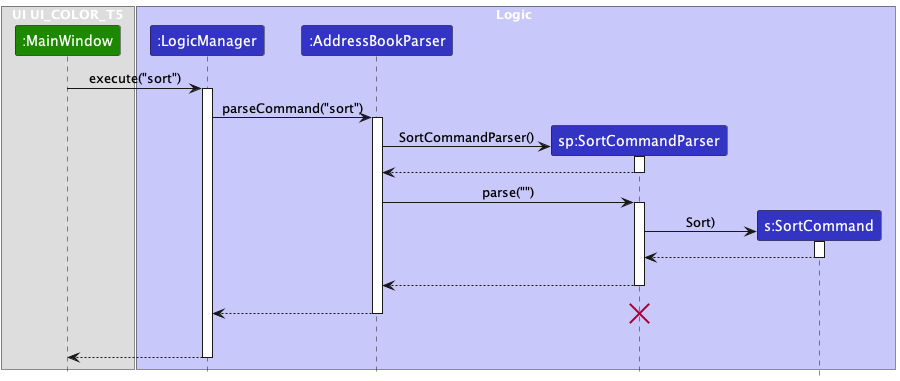
Earlier version of the PlantUML export docs/images/SortSequenceDiagram1.png (nus-cs2103-AY2324S1/tp). Its source is kept beside it as docs/diagrams/SortSequenceDiagram1.puml.
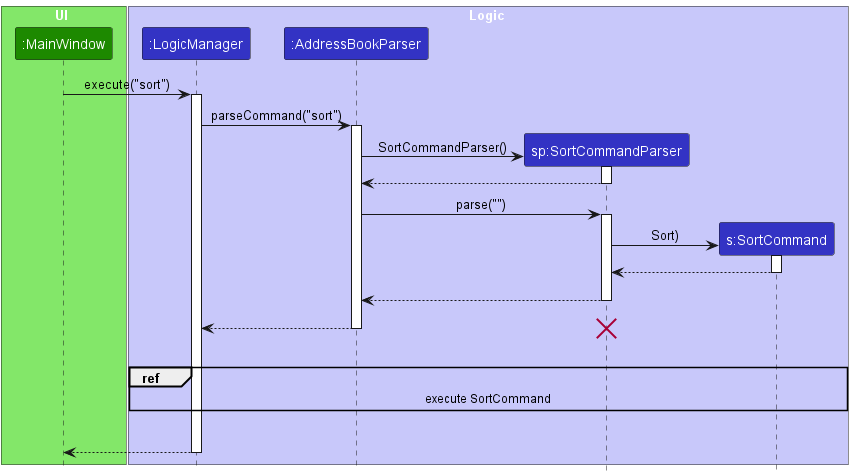
Later version of the same file.

Commit message:
Fix sequence diagrams bugs

Diff of the diagram source:
```diff
@@ -2,7 +2,7 @@
 !include style.puml
 skinparam ArrowFontStyle plain
 
-box UI UI_COLOR_T5
+box UI UI_COLOR_T1
 participant ":MainWindow" as MainWindow UI_COLOR
 end box
 
@@ -45,6 +45,8 @@
 destroy SortCommandParser
 
 LogicManager -[hidden]-> MainWindow : empty row
+ref over LogicManager, SortCommand: execute SortCommand
+LogicManager -[hidden]-> MainWindow : empty row
 LogicManager --> MainWindow
 deactivate LogicManager
 @enduml
```
